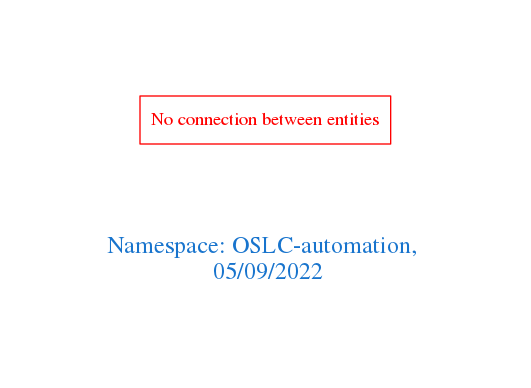
Earlier version of the Graphviz export downloads/OSLC-automation.png (arago/OGIT). Its source is kept beside it as downloads/OSLC-automation.dot.
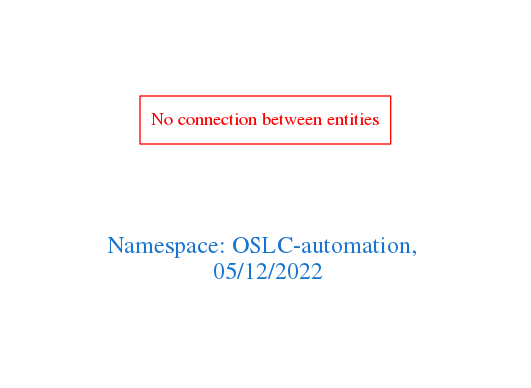
Later version of the same file.

The edit, as a diff of the source:
```diff
@@ -1,7 +1,7 @@
 digraph OGIT_ontology {
  graph [ rankdir= LR,pad=1
 fontsize = 18,
-fontcolor= dodgerblue3,label = "\n\n\nNamespace: OSLC-automation, \n 05/09/2022"];
+fontcolor= dodgerblue3,label = "\n\n\nNamespace: OSLC-automation, \n 05/12/2022"];
 node[shape=polygon];
 edge [  color="gray81"];
 
```
